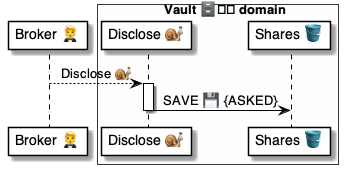
Above: 4 ⚙️ Solution/41 🎭 Domain Roles/Vaults 🗄️/🗄️🅰️ Vault methods/Disclose 🤵🐌🗄️/🗄️ Disclose ⚙️ uml.png in pollyweb-org/pollyweb-docs (PlantUML), before the change. Its source is kept beside it as 4 ⚙️ Solution/41 🎭 Domain Roles/Vaults 🗄️/🗄️🅰️ Vault methods/Disclose 🤵🐌🗄️/🗄️ Disclose ⚙️ uml.puml. Source of this version:
```plantuml
@startuml Disclose@Broker

participant "Broker 🤵" as broker
box Vault 🗄️️ domain #FFFFFA
    participant "Disclose 🐌" as vault
    participant "Shares 🪣" as shares
end box


broker --> vault: Disclose 🐌

activate vault
    vault -> shares: SAVE 💾 {ASKED}
deactivate vault

@enduml
```
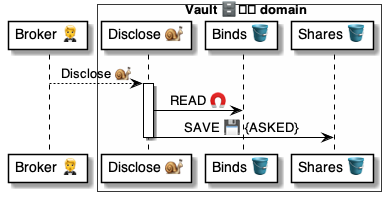
The same file after the commit.

Change to the diagram source:
```diff
@@ -3,6 +3,7 @@
 participant "Broker 🤵" as broker
 box Vault 🗄️️ domain #FFFFFA
     participant "Disclose 🐌" as vault
+    participant "Binds 🪣" as binds
     participant "Shares 🪣" as shares
 end box
 
@@ -10,6 +11,7 @@
 broker --> vault: Disclose 🐌
 
 activate vault
+    vault -> binds: READ 🧲
     vault -> shares: SAVE 💾 {ASKED}
 deactivate vault
 
```
